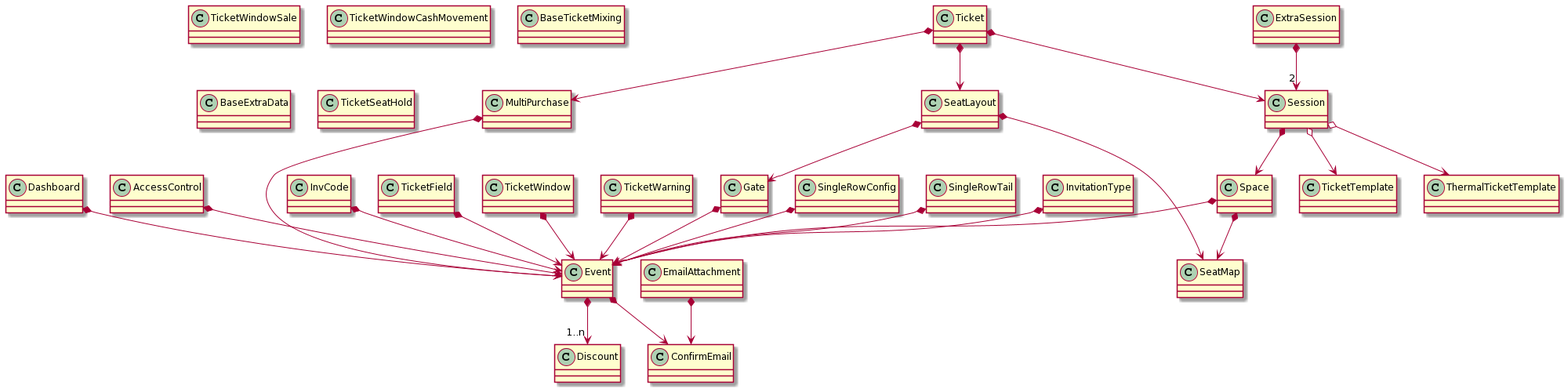
Above: docs/domain.png in wadobo/congressus (PlantUML), before the change.
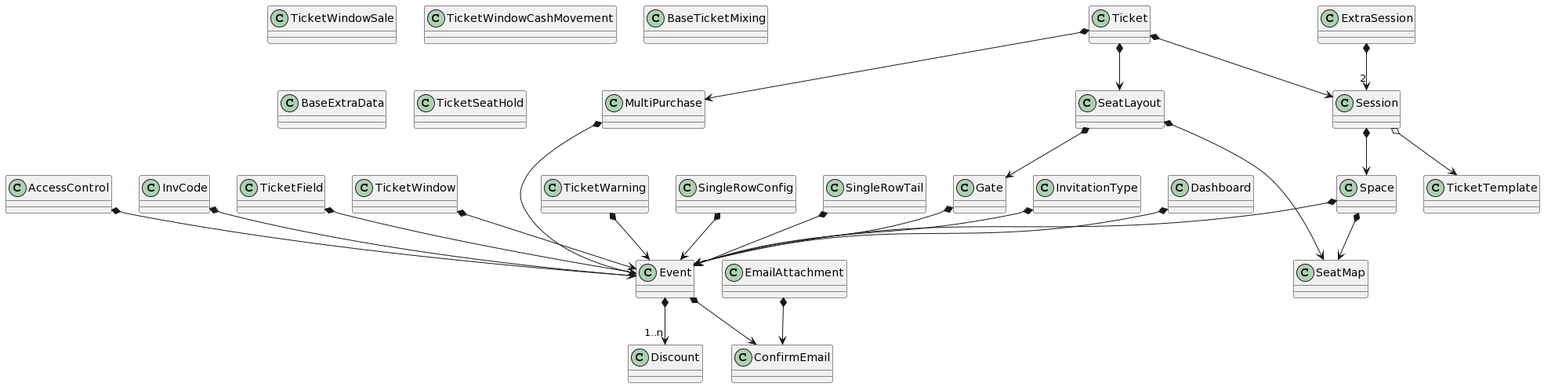
After the change.

Commit message:
feat: filter session inside tickets with previous event filter

Change to the diagram source:
```diff
@@ -12,7 +12,6 @@
 class InvCode
 class TicketField
 class TicketTemplate
-class ThermalTicketTemplate
 
 class TicketWindow
 class TicketWindowSale
@@ -50,7 +49,6 @@
 
 Session *--> Space
 Session o--> TicketTemplate
-Session o--> ThermalTicketTemplate
 ExtraSession *--> "2" Session
 
 EmailAttachment *--> ConfirmEmail
```
